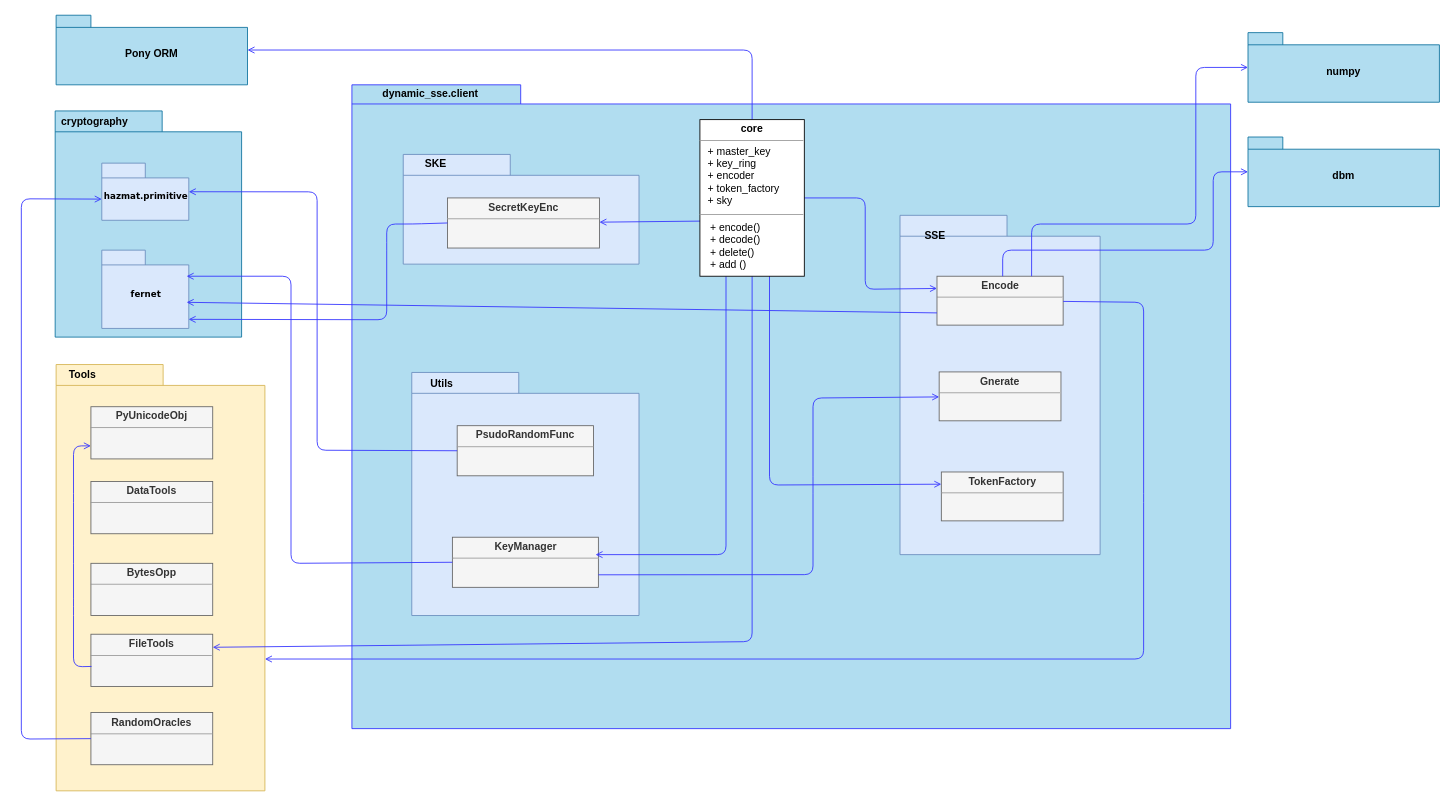
Above: page "client_app" (4 of 5) of diagrams/structural/client_package.drawio in thisisel/dynamic-sse (draw.io), before the change. Source tidied: cells renumbered, new cells numbered last; positions are measured from the earlier drawing's top-left corner, leaving out a move shared by most shapes. Both pictures are drawn from the tidied source at 87%, with x=0, y=0 at pixel (21, 15).
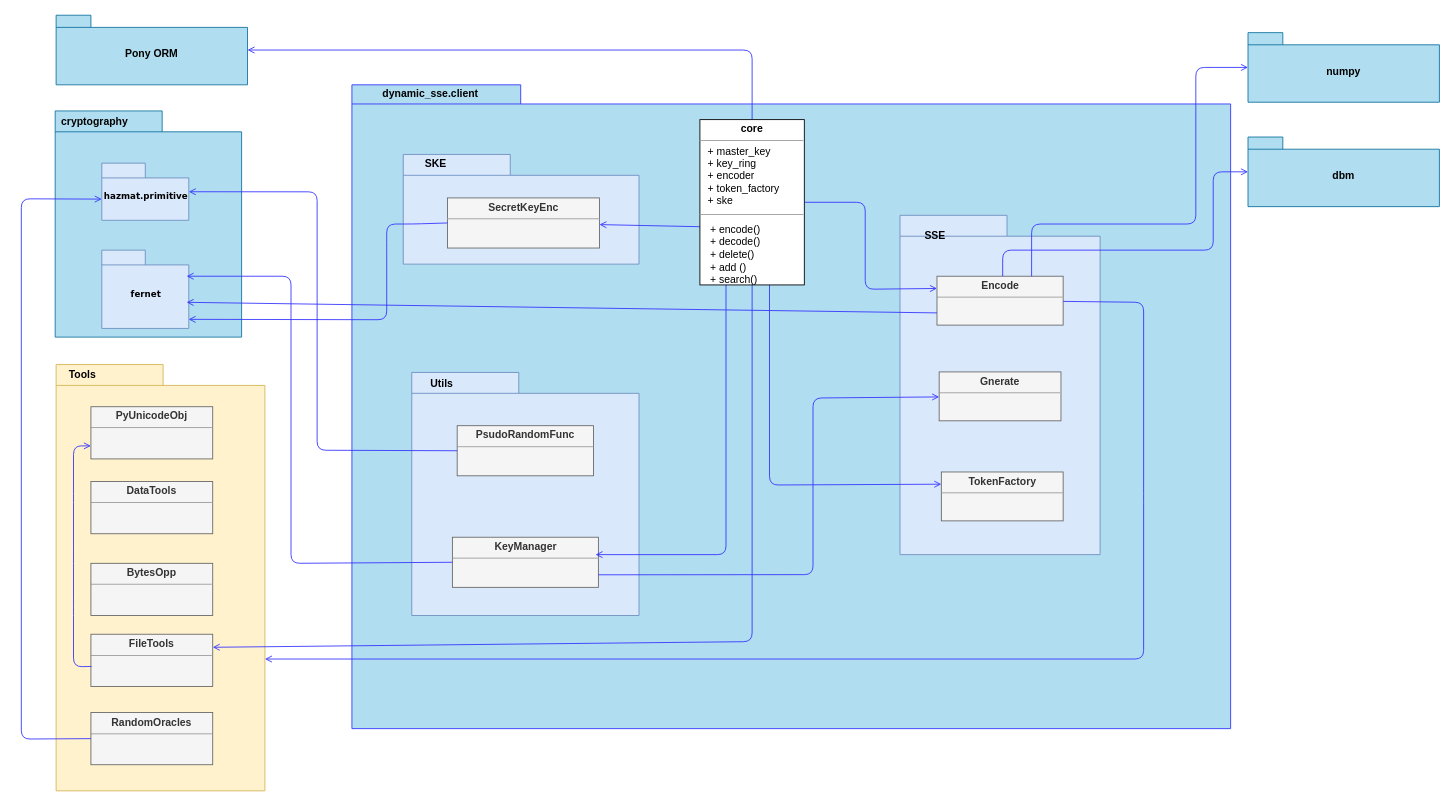
Above is the later version.

Unchanged cells that the change refers to:
```xml
<mxCell id="11" value="&lt;p style=&quot;margin:0px;margin-top:4px;text-align:center;&quot;&gt;&lt;b&gt;Encode&lt;/b&gt;&lt;/p&gt;&lt;hr size=&quot;1&quot;&gt;&lt;div style=&quot;height:2px;&quot;&gt;&lt;/div&gt;" style="verticalAlign=top;align=left;overflow=fill;fontSize=12;fontFamily=Helvetica;html=1;whiteSpace=wrap;fillColor=#f5f5f5;fontColor=#333333;strokeColor=#666666;" parent="9" vertex="1">
  <mxGeometry x="42.5" y="60" width="145" height="56.2" as="geometry" />
</mxCell>
```

Diff of the diagram source:
```diff
@@
     <mxCell id="37" style="edgeStyle=none;html=1;entryX=0;entryY=0.25;entryDx=0;entryDy=0;endArrow=open;endFill=0;strokeColor=#3333FF;" parent="1" edge="1" source="42" target="11">
       <mxGeometry relative="1" as="geometry">
         <Array as="points">
-          <mxPoint x="970" y="210" />
+          <mxPoint x="970" y="215" />
           <mxPoint x="970" y="315" />
         </Array>
       </mxGeometry>
     </mxCell>
@@
     <mxCell id="42" value="&lt;p style=&quot;margin:0px;margin-top:4px;text-align:center;&quot;&gt;&lt;b&gt;core&lt;/b&gt;&lt;/p&gt;&lt;hr size=&quot;1&quot;&gt;&lt;div style=&quot;border-color: var(--border-color);&quot;&gt;&lt;br&gt;&lt;br&gt;&lt;/div&gt;&lt;div style=&quot;border-color: var(--border-color);&quot;&gt;&lt;br&gt;&lt;/div&gt;&lt;div style=&quot;border-color: var(--border-color);&quot;&gt;&lt;br&gt;&lt;/div&gt;&lt;div style=&quot;border-color: var(--border-color);&quot;&gt;&lt;br&gt;&lt;/div&gt;&lt;hr size=&quot;1&quot;&gt;&lt;div style=&quot;height:2px;&quot;&gt;&lt;br&gt;&lt;/div&gt;&lt;div style=&quot;height:2px;&quot;&gt;&lt;br&gt;&lt;/div&gt;&lt;div style=&quot;height:2px;&quot;&gt;&lt;br&gt;&lt;/div&gt;" style="verticalAlign=top;align=left;overflow=fill;fontSize=12;fontFamily=Helvetica;html=1;whiteSpace=wrap;" parent="1" vertex="1">
-      <mxGeometry x="780" y="120" width="120" height="180" as="geometry" />
+      <mxGeometry x="780" y="120" width="120" height="190" as="geometry" />
     </mxCell>
@@
-    <mxCell id="51" value="+ encode()&lt;br&gt;+ decode()&lt;br&gt;+ delete()&lt;br&gt;+ add ()" style="text;html=1;align=left;verticalAlign=middle;strokeColor=none;fillColor=none;" parent="1" vertex="1">
-      <mxGeometry x="790" y="230" width="80" height="70" as="geometry" />
+    <mxCell id="51" value="+ encode()&lt;br&gt;+ decode()&lt;br&gt;+ delete()&lt;br&gt;+ add ()&lt;br&gt;+ search()" style="text;html=1;align=left;verticalAlign=middle;strokeColor=none;fillColor=none;" parent="1" vertex="1">
+      <mxGeometry x="790" y="230" width="80" height="90" as="geometry" />
     </mxCell>
-    <mxCell id="52" value="&lt;div style=&quot;text-align: left;&quot;&gt;&lt;span style=&quot;background-color: initial;&quot;&gt;+ master_key&lt;/span&gt;&lt;/div&gt;&lt;div style=&quot;text-align: left;&quot;&gt;&lt;span style=&quot;background-color: initial;&quot;&gt;+ key_ring&lt;/span&gt;&lt;/div&gt;&lt;div style=&quot;text-align: left;&quot;&gt;&lt;span style=&quot;background-color: initial;&quot;&gt;+ encoder&lt;/span&gt;&lt;/div&gt;&lt;div style=&quot;text-align: left;&quot;&gt;&lt;span style=&quot;background-color: initial;&quot;&gt;+ token_factory&lt;/span&gt;&lt;/div&gt;&lt;div style=&quot;text-align: left;&quot;&gt;&lt;span style=&quot;background-color: initial;&quot;&gt;+ sky&lt;/span&gt;&lt;/div&gt;" style="text;html=1;align=center;verticalAlign=middle;strokeColor=none;fillColor=none;" parent="1" vertex="1">
+    <mxCell id="52" value="&lt;div style=&quot;text-align: left;&quot;&gt;&lt;span style=&quot;background-color: initial;&quot;&gt;+ master_key&lt;/span&gt;&lt;/div&gt;&lt;div style=&quot;text-align: left;&quot;&gt;&lt;span style=&quot;background-color: initial;&quot;&gt;+ key_ring&lt;/span&gt;&lt;/div&gt;&lt;div style=&quot;text-align: left;&quot;&gt;&lt;span style=&quot;background-color: initial;&quot;&gt;+ encoder&lt;/span&gt;&lt;/div&gt;&lt;div style=&quot;text-align: left;&quot;&gt;&lt;span style=&quot;background-color: initial;&quot;&gt;+ token_factory&lt;/span&gt;&lt;/div&gt;&lt;div style=&quot;text-align: left;&quot;&gt;&lt;span style=&quot;background-color: initial;&quot;&gt;+ ske&lt;/span&gt;&lt;/div&gt;" style="text;html=1;align=center;verticalAlign=middle;strokeColor=none;fillColor=none;" parent="1" vertex="1">
       <mxGeometry x="775" y="140" width="110" height="90" as="geometry" />
     </mxCell>
```
